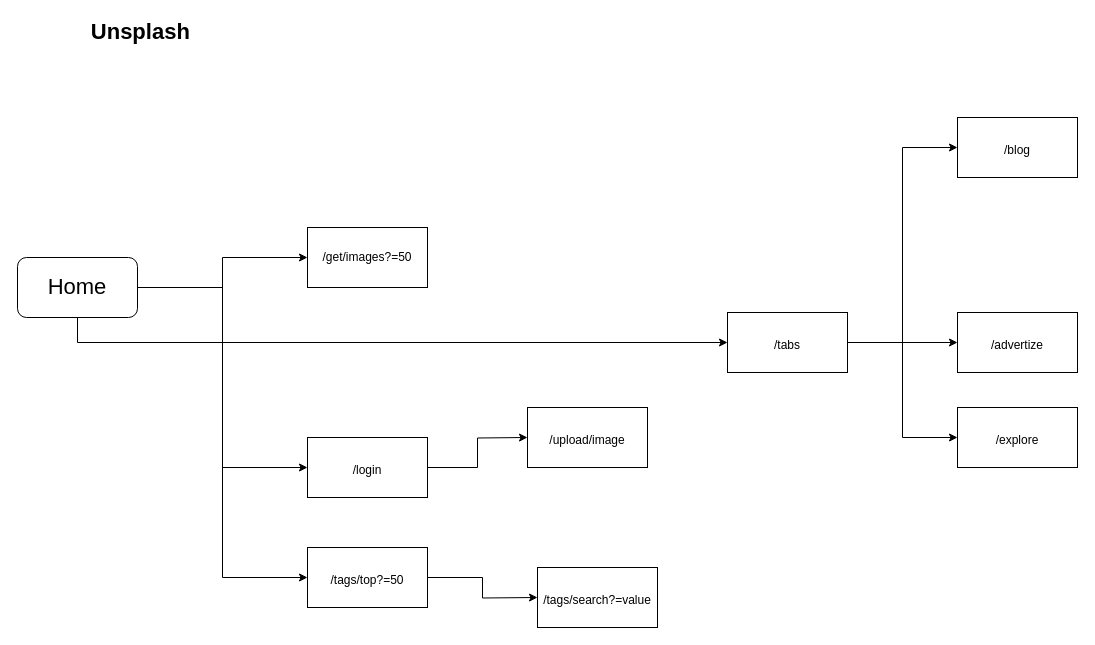
This is architecture/latest-diagrams.drawio from farukhsk09/100-days-of-code, a draw.io file, before an edit. Source tidied: cells renumbered, new cells numbered last; positions are measured from the earlier drawing's top-left corner, leaving out a move shared by most shapes. Both pictures are drawn from the tidied source at 100%, with x=0, y=0 at pixel (17, 17).
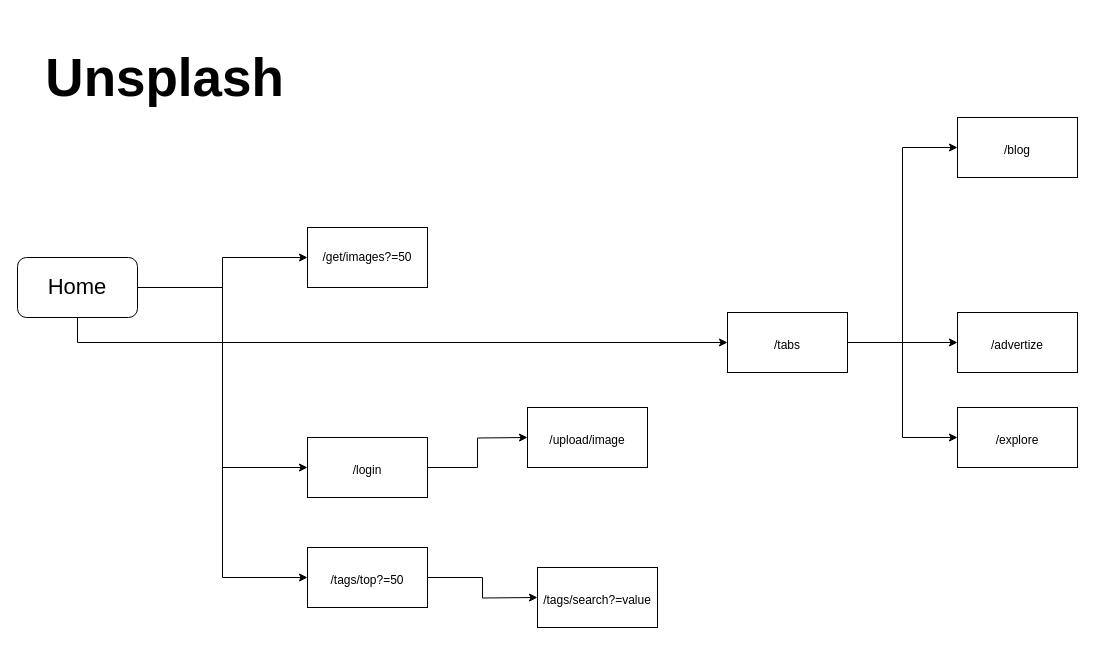
Above is the later version.

The edit, as a diff of the source:
```diff
@@
-    <mxCell id="3" value="&lt;b&gt;&lt;font style=&quot;font-size: 22px&quot;&gt;Unsplash&lt;/font&gt;&lt;/b&gt;&amp;nbsp;" style="text;html=1;strokeColor=none;fillColor=none;align=center;verticalAlign=middle;whiteSpace=wrap;rounded=0;" parent="1" vertex="1">
-      <mxGeometry x="50" width="150" height="30" as="geometry" />
+    <mxCell id="3" value="&lt;font style=&quot;font-size: 53px&quot;&gt;&lt;b&gt;&lt;font style=&quot;font-size: 53px&quot;&gt;Unsplash&lt;/font&gt;&lt;/b&gt;&amp;nbsp;&lt;/font&gt;" style="text;html=1;strokeColor=none;fillColor=none;align=center;verticalAlign=middle;whiteSpace=wrap;rounded=0;" parent="1" vertex="1">
+      <mxGeometry x="50" width="210" height="120" as="geometry" />
     </mxCell>
```
